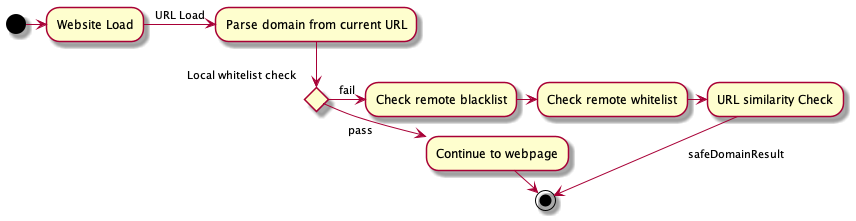
Before: out/projectFlow/projectFlow.png, a diagram exported from PlantUML (melbing1/Trawler).
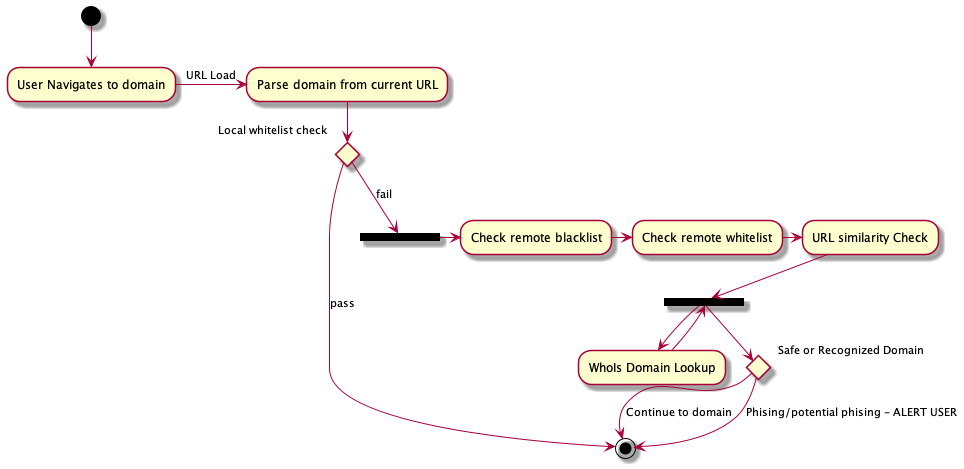
After the change.

Commit message:
Add runtime flow chart src and image

The edit, as a diff of the source:
```diff
@@ -1,13 +1,20 @@
-@startuml
-    (*) -> "Website Load"
+@startuml projectFlow
+    (*) --> "User Navigates to domain"
     -> [URL Load] "Parse domain from current URL"
     if "Local whitelist check" then
-        -> [pass] "Continue to webpage"
-        -> (*)
+        -> [pass] (*)
     else
-        -> [fail] "Check remote blacklist"
+        --> [fail] ===B1===
+        -> "Check remote blacklist"
         -> "Check remote whitelist"
         -> "URL similarity Check"
-        --> [safeDomainResult] (*)
+        --> ===B2===
+        --> "WhoIs Domain Lookup"
+        --> ===B2===
+        if "Safe or Recognized Domain" then
+            --> [Continue to domain] (*)
+        else
+            --> [Phising/potential phising - ALERT USER] (*)
+        endif
     endif
 @enduml
```
